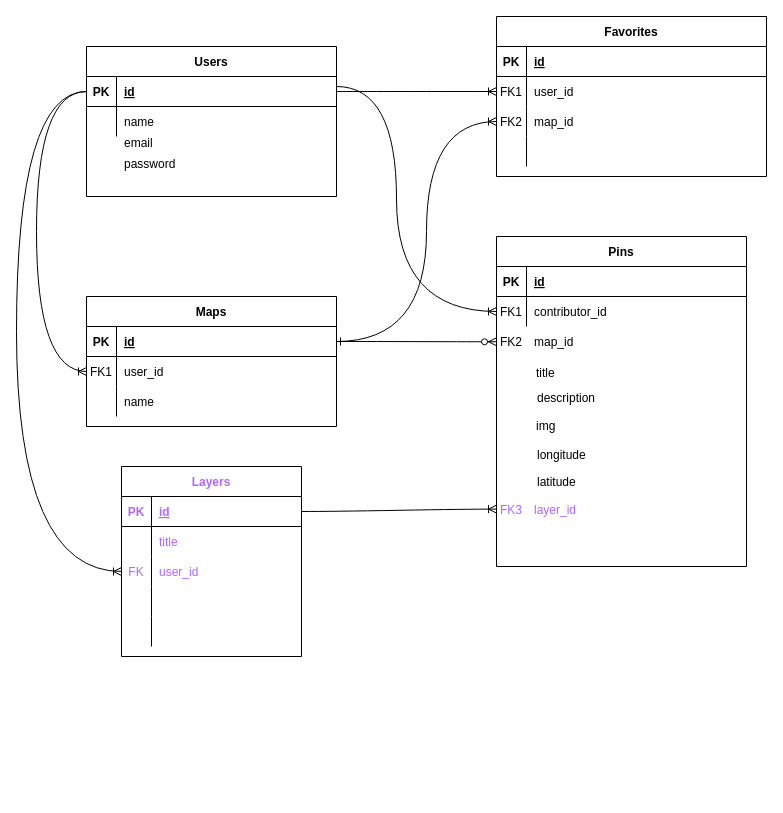
Before: planning/ERD_V1.drawio in lateefazeez/WikiMap, a draw.io diagram. Source tidied: cells renumbered, new cells numbered last; positions are measured from the earlier drawing's top-left corner, leaving out a move shared by most shapes. Both pictures are drawn from the tidied source at 100%, with x=0, y=0 at pixel (16, 16).
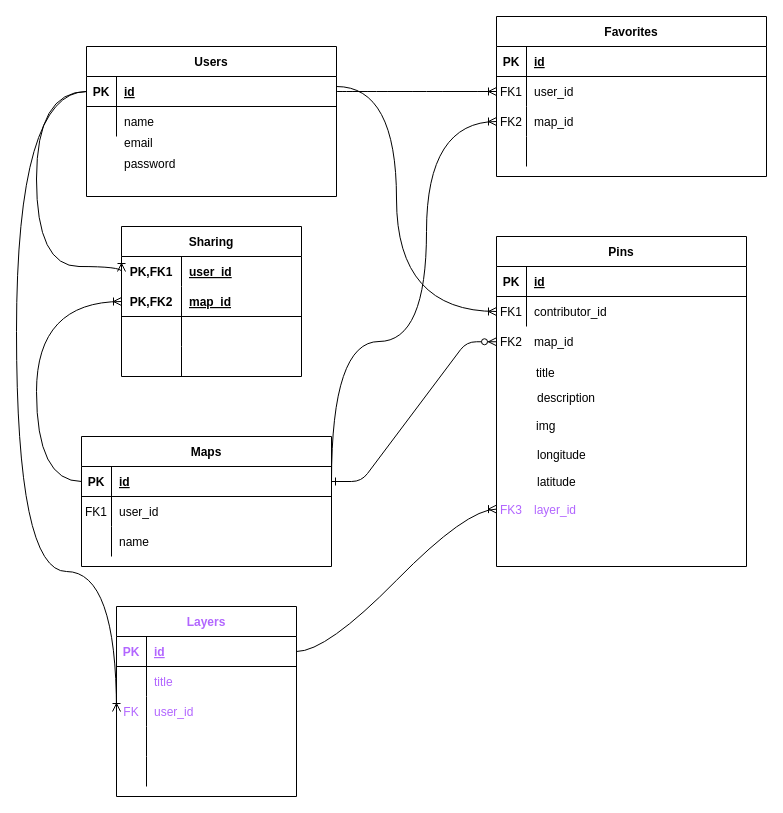
The same page after the edit.

Unchanged cells that the change refers to:
```xml
<mxCell id="4" style="shape=partialRectangle;fillColor=none;points=[[0,0.5],[1,0.5]];portConstraint=eastwest;top=0;left=0;right=0;bottom=1;" parent="3" vertex="1">
  <mxGeometry y="30" width="250" height="30" as="geometry" />
</mxCell>
<mxCell id="7" style="shape=partialRectangle;fillColor=none;points=[[0,0.5],[1,0.5]];portConstraint=eastwest;top=0;left=0;right=0;bottom=0;" parent="3" vertex="1">
  <mxGeometry y="60" width="250" height="30" as="geometry" />
</mxCell>
<mxCell id="14" style="shape=partialRectangle;fillColor=none;points=[[0,0.5],[1,0.5]];portConstraint=eastwest;top=0;left=0;right=0;bottom=1;" parent="13" vertex="1">
  <mxGeometry y="30" width="250" height="30" as="geometry" />
</mxCell>
```

What changed in the source:
```diff
@@
     <mxCell id="3" value="Maps" style="shape=table;startSize=30;childLayout=tableLayout;rowLines=0;fontStyle=1;align=center;" parent="1" vertex="1">
-      <mxGeometry x="70" y="280" width="250" height="130" as="geometry" />
+      <mxGeometry x="65" y="420" width="250" height="130" as="geometry" />
     </mxCell>
@@
-    <mxCell id="68" style="edgeStyle=orthogonalEdgeStyle;fontSize=12;html=1;endArrow=ERoneToMany;rounded=0;entryX=0;entryY=0.5;entryDx=0;entryDy=0;exitX=0;exitY=0.5;exitDx=0;exitDy=0;curved=1;" parent="1" edge="1" source="14" target="7">
+    <mxCell id="68" style="edgeStyle=orthogonalEdgeStyle;fontSize=12;html=1;endArrow=ERoneToMany;rounded=0;entryX=0;entryY=0.5;entryDx=0;entryDy=0;exitX=0;exitY=0.5;exitDx=0;exitDy=0;curved=1;" parent="1" edge="1" source="14" target="94">
       <mxGeometry relative="1" as="geometry">
         <Array as="points">
           <mxPoint x="20" y="75" />
-          <mxPoint x="20" y="355" />
+          <mxPoint x="20" y="250" />
+          <mxPoint x="105" y="250" />
         </Array>
       </mxGeometry>
     </mxCell>
@@
     <mxCell id="73" value="Layers" style="shape=table;startSize=30;childLayout=tableLayout;rowLines=0;fontStyle=1;align=center;labelBackgroundColor=none;fontColor=#B266FF;" parent="1" vertex="1">
-      <mxGeometry x="105" y="450" width="180" height="190" as="geometry" />
+      <mxGeometry x="100" y="590" width="180" height="190" as="geometry" />
     </mxCell>
@@
+    <mxCell id="93" value="Sharing" style="shape=table;startSize=30;childLayout=tableLayout;rowLines=0;fontStyle=1;align=center;" parent="1" vertex="1">
+      <mxGeometry x="105" y="210" width="180" height="150" as="geometry" />
+    </mxCell>
+    <mxCell id="94" style="shape=partialRectangle;fillColor=none;top=0;left=0;bottom=0;right=0;points=[[0,0.5],[1,0.5]];portConstraint=eastwest;" parent="93" vertex="1">
+      <mxGeometry y="30" width="180" height="30" as="geometry" />
+    </mxCell>
+    <mxCell id="95" value="PK,FK1" style="shape=partialRectangle;fillColor=none;top=0;left=0;bottom=0;right=0;fontStyle=1;overflow=hidden;" parent="94" vertex="1">
+      <mxGeometry width="60" height="30" as="geometry" />
+    </mxCell>
+    <mxCell id="96" value="user_id" style="shape=partialRectangle;fillColor=none;top=0;left=0;bottom=0;right=0;align=left;spacingLeft=6;fontStyle=5;overflow=hidden;" parent="94" vertex="1">
+      <mxGeometry x="60" width="120" height="30" as="geometry" />
+    </mxCell>
+    <mxCell id="97" style="shape=partialRectangle;fillColor=none;top=0;left=0;bottom=1;right=0;points=[[0,0.5],[1,0.5]];portConstraint=eastwest;" parent="93" vertex="1">
+      <mxGeometry y="60" width="180" height="30" as="geometry" />
+    </mxCell>
+    <mxCell id="98" value="PK,FK2" style="shape=partialRectangle;fillColor=none;top=0;left=0;bottom=0;right=0;fontStyle=1;overflow=hidden;" parent="97" vertex="1">
+      <mxGeometry width="60" height="30" as="geometry" />
+    </mxCell>
+    <mxCell id="99" value="map_id" style="shape=partialRectangle;fillColor=none;top=0;left=0;bottom=0;right=0;align=left;spacingLeft=6;fontStyle=5;overflow=hidden;" parent="97" vertex="1">
+      <mxGeometry x="60" width="120" height="30" as="geometry" />
+    </mxCell>
+    <mxCell id="100" style="shape=partialRectangle;fillColor=none;top=0;left=0;bottom=0;right=0;" parent="93" vertex="1">
+      <mxGeometry y="90" width="180" height="30" as="geometry" />
+    </mxCell>
+    <mxCell id="101" style="shape=partialRectangle;fillColor=none;top=0;left=0;bottom=0;right=0;overflow=hidden;" parent="100" vertex="1">
+      <mxGeometry width="60" height="30" as="geometry" />
+    </mxCell>
+    <mxCell id="102" style="shape=partialRectangle;fillColor=none;top=0;left=0;bottom=0;right=0;align=left;spacingLeft=6;overflow=hidden;" parent="100" vertex="1">
+      <mxGeometry x="60" width="120" height="30" as="geometry" />
+    </mxCell>
+    <mxCell id="103" style="shape=partialRectangle;fillColor=none;top=0;left=0;bottom=0;right=0;" parent="93" vertex="1">
+      <mxGeometry y="120" width="180" height="30" as="geometry" />
+    </mxCell>
+    <mxCell id="104" style="shape=partialRectangle;fillColor=none;top=0;left=0;bottom=0;right=0;overflow=hidden;" parent="103" vertex="1">
+      <mxGeometry width="60" height="30" as="geometry" />
+    </mxCell>
+    <mxCell id="105" style="shape=partialRectangle;fillColor=none;top=0;left=0;bottom=0;right=0;align=left;spacingLeft=6;overflow=hidden;" parent="103" vertex="1">
+      <mxGeometry x="60" width="120" height="30" as="geometry" />
+    </mxCell>
+    <mxCell id="106" style="edgeStyle=orthogonalEdgeStyle;fontSize=12;html=1;endArrow=ERoneToMany;rounded=0;exitX=0;exitY=0.5;exitDx=0;exitDy=0;entryX=0;entryY=0.5;entryDx=0;entryDy=0;curved=1;" parent="1" edge="1" source="4" target="97">
+      <mxGeometry relative="1" as="geometry">
+        <Array as="points">
+          <mxPoint x="20" y="465" />
+          <mxPoint x="20" y="285" />
+        </Array>
+      </mxGeometry>
+    </mxCell>
```
